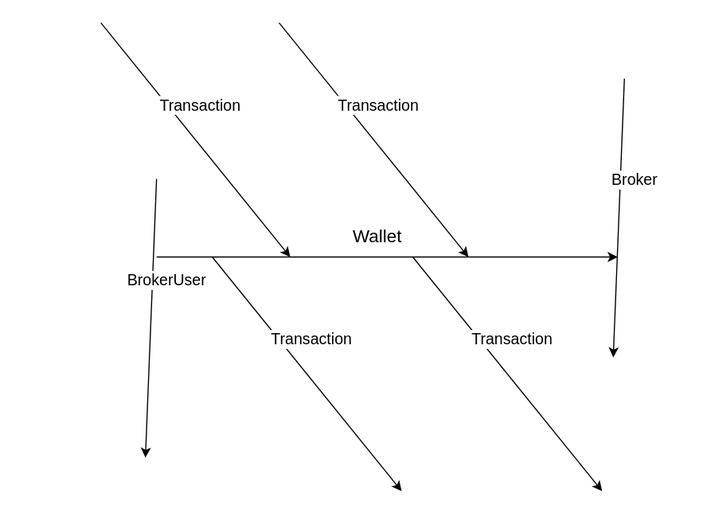
This is src/wallet/Wallet.drawio.svg from suenot/deep-profitmaker, a draw.io export, as it was before one commit. Source tidied: cells renumbered, new cells last; positions are measured from the earlier drawing's top-left corner, leaving out a move shared by most shapes.
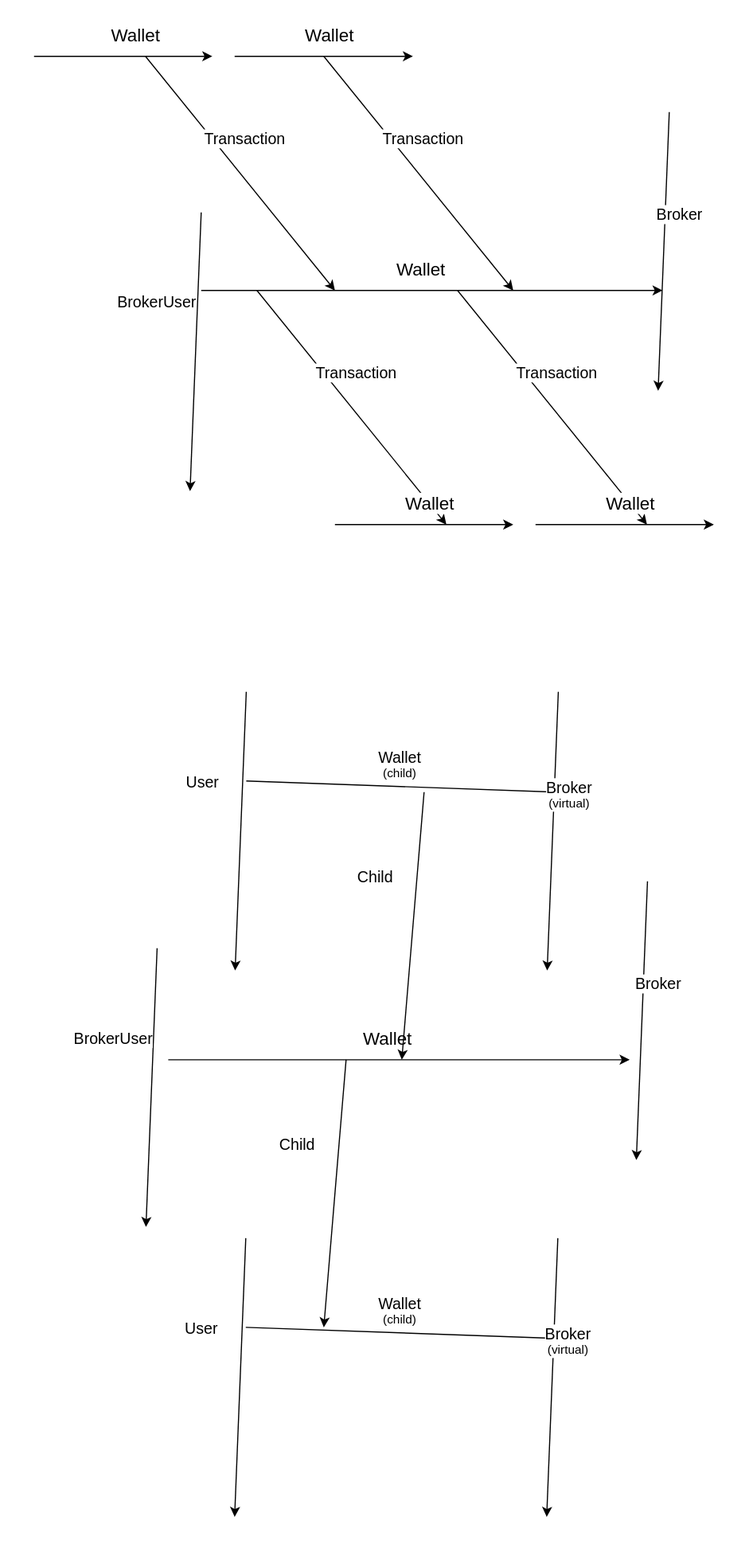
After the change.

Commit message:
child wallet

What changed in the source:
```diff
@@ -3,12 +3,12 @@
     <mxCell id="0" />
     <mxCell id="1" parent="0" />
     <mxCell id="2" style="whiteSpace=wrap;html=1;fontSize=14;strokeColor=none;" parent="1" vertex="1">
-      <mxGeometry width="630" height="460" as="geometry" />
+      <mxGeometry width="671" height="1390" as="geometry" />
     </mxCell>
     <mxCell id="3" style="edgeStyle=none;html=1;exitX=1;exitY=0.5;exitDx=0;exitDy=0;strokeColor=#000000;" parent="1" edge="1">
       <mxGeometry relative="1" as="geometry">
-        <mxPoint x="140" y="230" as="sourcePoint" />
-        <mxPoint x="554" y="230" as="targetPoint" />
+        <mxPoint x="180" y="260" as="sourcePoint" />
+        <mxPoint x="594" y="260" as="targetPoint" />
       </mxGeometry>
     </mxCell>
     <mxCell id="4" value="&lt;font&gt;&lt;span style=&quot;font-size: 16px&quot;&gt;Wallet&lt;/span&gt;&lt;br&gt;&lt;/font&gt;" style="edgeLabel;html=1;align=center;verticalAlign=middle;fontSize=11;" parent="3" vertex="1">
@@ -18,8 +18,8 @@
     </mxCell>
     <mxCell id="5" style="edgeStyle=none;html=1;strokeColor=#000000;" parent="1" edge="1">
       <mxGeometry relative="1" as="geometry">
-        <mxPoint x="90" y="20" as="sourcePoint" />
-        <mxPoint x="260" y="230" as="targetPoint" />
+        <mxPoint x="130" y="50" as="sourcePoint" />
+        <mxPoint x="300" y="260" as="targetPoint" />
       </mxGeometry>
     </mxCell>
     <mxCell id="6" value="&lt;font&gt;&lt;font style=&quot;font-size: 14px&quot;&gt;Transaction&lt;/font&gt;&lt;br&gt;&lt;/font&gt;" style="edgeLabel;html=1;align=center;verticalAlign=middle;fontSize=11;" parent="5" vertex="1">
@@ -29,8 +29,8 @@
     </mxCell>
     <mxCell id="7" style="edgeStyle=none;html=1;strokeColor=#000000;" parent="1" edge="1">
       <mxGeometry relative="1" as="geometry">
-        <mxPoint x="250" y="20" as="sourcePoint" />
-        <mxPoint x="420" y="230" as="targetPoint" />
+        <mxPoint x="290" y="50" as="sourcePoint" />
+        <mxPoint x="460" y="260" as="targetPoint" />
       </mxGeometry>
     </mxCell>
     <mxCell id="8" value="&lt;font&gt;&lt;font style=&quot;font-size: 14px&quot;&gt;Transaction&lt;/font&gt;&lt;br&gt;&lt;/font&gt;" style="edgeLabel;html=1;align=center;verticalAlign=middle;fontSize=11;" parent="7" vertex="1">
@@ -40,8 +40,8 @@
     </mxCell>
     <mxCell id="9" style="edgeStyle=none;html=1;strokeColor=#000000;" parent="1" edge="1">
       <mxGeometry relative="1" as="geometry">
-        <mxPoint x="190" y="230" as="sourcePoint" />
-        <mxPoint x="360" y="440" as="targetPoint" />
+        <mxPoint x="230" y="260" as="sourcePoint" />
+        <mxPoint x="400" y="470" as="targetPoint" />
       </mxGeometry>
     </mxCell>
     <mxCell id="10" value="&lt;font&gt;&lt;font style=&quot;font-size: 14px&quot;&gt;Transaction&lt;/font&gt;&lt;br&gt;&lt;/font&gt;" style="edgeLabel;html=1;align=center;verticalAlign=middle;fontSize=11;" parent="9" vertex="1">
@@ -51,8 +51,8 @@
     </mxCell>
     <mxCell id="11" style="edgeStyle=none;html=1;strokeColor=#000000;" parent="1" edge="1">
       <mxGeometry relative="1" as="geometry">
-        <mxPoint x="370" y="230" as="sourcePoint" />
-        <mxPoint x="540" y="440" as="targetPoint" />
+        <mxPoint x="410" y="260" as="sourcePoint" />
+        <mxPoint x="580" y="470" as="targetPoint" />
       </mxGeometry>
     </mxCell>
     <mxCell id="12" value="&lt;font&gt;&lt;font style=&quot;font-size: 14px&quot;&gt;Transaction&lt;/font&gt;&lt;br&gt;&lt;/font&gt;" style="edgeLabel;html=1;align=center;verticalAlign=middle;fontSize=11;" parent="11" vertex="1">
@@ -62,19 +62,19 @@
     </mxCell>
     <mxCell id="13" style="edgeStyle=none;html=1;strokeColor=#000000;" parent="1" edge="1">
       <mxGeometry relative="1" as="geometry">
-        <mxPoint x="140" y="160" as="sourcePoint" />
-        <mxPoint x="130" y="410" as="targetPoint" />
+        <mxPoint x="180" y="190" as="sourcePoint" />
+        <mxPoint x="170" y="440" as="targetPoint" />
       </mxGeometry>
     </mxCell>
     <mxCell id="14" value="&lt;font&gt;&lt;span style=&quot;font-size: 14px&quot;&gt;BrokerUser&lt;/span&gt;&lt;br&gt;&lt;/font&gt;" style="edgeLabel;html=1;align=center;verticalAlign=middle;fontSize=11;" parent="13" vertex="1">
       <mxGeometry x="-0.11" relative="1" as="geometry">
-        <mxPoint x="13" y="-20" as="offset" />
+        <mxPoint x="-36" y="-31" as="offset" />
       </mxGeometry>
     </mxCell>
     <mxCell id="15" style="edgeStyle=none;html=1;strokeColor=#000000;" parent="1" edge="1">
       <mxGeometry relative="1" as="geometry">
-        <mxPoint x="560" y="70" as="sourcePoint" />
-        <mxPoint x="550" y="320" as="targetPoint" />
+        <mxPoint x="600" y="100" as="sourcePoint" />
+        <mxPoint x="590" y="350" as="targetPoint" />
       </mxGeometry>
     </mxCell>
     <mxCell id="16" value="&lt;font&gt;&lt;span style=&quot;font-size: 14px&quot;&gt;Broker&lt;/span&gt;&lt;br&gt;&lt;/font&gt;" style="edgeLabel;html=1;align=center;verticalAlign=middle;fontSize=11;" parent="15" vertex="1">
@@ -82,5 +82,168 @@
         <mxPoint x="13" y="-20" as="offset" />
       </mxGeometry>
     </mxCell>
+    <mxCell id="17" style="edgeStyle=none;html=1;exitX=1;exitY=0.5;exitDx=0;exitDy=0;strokeColor=#000000;" parent="1" edge="1">
+      <mxGeometry relative="1" as="geometry">
+        <mxPoint x="150.4" y="950" as="sourcePoint" />
+        <mxPoint x="564.4" y="950" as="targetPoint" />
+      </mxGeometry>
+    </mxCell>
+    <mxCell id="18" value="&lt;font&gt;&lt;span style=&quot;font-size: 16px&quot;&gt;Wallet&lt;/span&gt;&lt;br&gt;&lt;/font&gt;" style="edgeLabel;html=1;align=center;verticalAlign=middle;fontSize=11;" parent="17" vertex="1">
+      <mxGeometry x="-0.11" relative="1" as="geometry">
+        <mxPoint x="13" y="-20" as="offset" />
+      </mxGeometry>
+    </mxCell>
+    <mxCell id="19" style="edgeStyle=none;html=1;strokeColor=#000000;" parent="1" edge="1">
+      <mxGeometry relative="1" as="geometry">
+        <mxPoint x="220.4" y="700" as="sourcePoint" />
+        <mxPoint x="500" y="710" as="targetPoint" />
+      </mxGeometry>
+    </mxCell>
+    <mxCell id="20" value="&lt;font&gt;&lt;font style=&quot;font-size: 14px&quot;&gt;Wallet&lt;br&gt;&lt;/font&gt;(child)&lt;br&gt;&lt;/font&gt;" style="edgeLabel;html=1;align=center;verticalAlign=middle;fontSize=11;" parent="19" vertex="1">
+      <mxGeometry x="-0.11" relative="1" as="geometry">
+        <mxPoint x="13" y="-20" as="offset" />
+      </mxGeometry>
+    </mxCell>
+    <mxCell id="21" style="edgeStyle=none;html=1;strokeColor=#000000;" parent="1" edge="1">
+      <mxGeometry relative="1" as="geometry">
+        <mxPoint x="140.4" y="850" as="sourcePoint" />
+        <mxPoint x="130.4" y="1100" as="targetPoint" />
+      </mxGeometry>
+    </mxCell>
+    <mxCell id="22" value="&lt;font&gt;&lt;span style=&quot;font-size: 14px&quot;&gt;BrokerUser&lt;/span&gt;&lt;br&gt;&lt;/font&gt;" style="edgeLabel;html=1;align=center;verticalAlign=middle;fontSize=11;" parent="21" vertex="1">
+      <mxGeometry x="-0.11" relative="1" as="geometry">
+        <mxPoint x="-36" y="-31" as="offset" />
+      </mxGeometry>
+    </mxCell>
+    <mxCell id="23" style="edgeStyle=none;html=1;strokeColor=#000000;" parent="1" edge="1">
+      <mxGeometry relative="1" as="geometry">
+        <mxPoint x="580.4" y="790" as="sourcePoint" />
+        <mxPoint x="570.4" y="1040" as="targetPoint" />
+      </mxGeometry>
+    </mxCell>
+    <mxCell id="24" value="&lt;font&gt;&lt;span style=&quot;font-size: 14px&quot;&gt;Broker&lt;/span&gt;&lt;br&gt;&lt;/font&gt;" style="edgeLabel;html=1;align=center;verticalAlign=middle;fontSize=11;" parent="23" vertex="1">
+      <mxGeometry x="-0.11" relative="1" as="geometry">
+        <mxPoint x="13" y="-20" as="offset" />
+      </mxGeometry>
+    </mxCell>
+    <mxCell id="25" style="edgeStyle=none;html=1;strokeColor=#000000;" parent="1" edge="1">
+      <mxGeometry relative="1" as="geometry">
+        <mxPoint x="210" y="50" as="sourcePoint" />
+        <mxPoint x="370" y="50" as="targetPoint" />
+      </mxGeometry>
+    </mxCell>
+    <mxCell id="26" value="&lt;font&gt;&lt;span style=&quot;font-size: 16px&quot;&gt;Wallet&lt;/span&gt;&lt;br&gt;&lt;/font&gt;" style="edgeLabel;html=1;align=center;verticalAlign=middle;fontSize=11;" parent="25" vertex="1">
+      <mxGeometry x="-0.11" relative="1" as="geometry">
+        <mxPoint x="13" y="-20" as="offset" />
+      </mxGeometry>
+    </mxCell>
+    <mxCell id="27" style="edgeStyle=none;html=1;strokeColor=#000000;" parent="1" edge="1">
+      <mxGeometry relative="1" as="geometry">
+        <mxPoint x="480" y="470" as="sourcePoint" />
+        <mxPoint x="640" y="470" as="targetPoint" />
+      </mxGeometry>
+    </mxCell>
+    <mxCell id="28" value="&lt;font&gt;&lt;span style=&quot;font-size: 16px&quot;&gt;Wallet&lt;/span&gt;&lt;br&gt;&lt;/font&gt;" style="edgeLabel;html=1;align=center;verticalAlign=middle;fontSize=11;" parent="27" vertex="1">
+      <mxGeometry x="-0.11" relative="1" as="geometry">
+        <mxPoint x="13" y="-20" as="offset" />
+      </mxGeometry>
+    </mxCell>
+    <mxCell id="29" value="&lt;font&gt;&lt;span style=&quot;font-size: 16px&quot;&gt;Wallet&lt;/span&gt;&lt;br&gt;&lt;/font&gt;" style="edgeLabel;html=1;align=center;verticalAlign=middle;fontSize=11;" parent="1" vertex="1">
+      <mxGeometry x="120" y="30" as="geometry" />
+    </mxCell>
+    <mxCell id="30" style="edgeStyle=none;html=1;strokeColor=#000000;" parent="1" edge="1">
+      <mxGeometry relative="1" as="geometry">
+        <mxPoint x="30" y="50" as="sourcePoint" />
+        <mxPoint x="190" y="50" as="targetPoint" />
+      </mxGeometry>
+    </mxCell>
+    <mxCell id="31" style="edgeStyle=none;html=1;strokeColor=#000000;" parent="1" edge="1">
+      <mxGeometry relative="1" as="geometry">
+        <mxPoint x="300" y="470" as="sourcePoint" />
+        <mxPoint x="460" y="470" as="targetPoint" />
+      </mxGeometry>
+    </mxCell>
+    <mxCell id="32" value="&lt;font&gt;&lt;span style=&quot;font-size: 16px&quot;&gt;Wallet&lt;/span&gt;&lt;br&gt;&lt;/font&gt;" style="edgeLabel;html=1;align=center;verticalAlign=middle;fontSize=11;" parent="31" vertex="1">
+      <mxGeometry x="-0.11" relative="1" as="geometry">
+        <mxPoint x="13" y="-20" as="offset" />
+      </mxGeometry>
+    </mxCell>
+    <mxCell id="33" style="edgeStyle=none;html=1;strokeColor=#000000;" parent="1" edge="1">
+      <mxGeometry relative="1" as="geometry">
+        <mxPoint x="220.4" y="620" as="sourcePoint" />
+        <mxPoint x="210.4" y="870" as="targetPoint" />
+      </mxGeometry>
+    </mxCell>
+    <mxCell id="34" value="&lt;font&gt;&lt;span style=&quot;font-size: 14px&quot;&gt;User&lt;/span&gt;&lt;br&gt;&lt;/font&gt;" style="edgeLabel;html=1;align=center;verticalAlign=middle;fontSize=11;" parent="33" vertex="1">
+      <mxGeometry x="-0.11" relative="1" as="geometry">
+        <mxPoint x="-36" y="-31" as="offset" />
+      </mxGeometry>
+    </mxCell>
+    <mxCell id="35" style="edgeStyle=none;html=1;strokeColor=#000000;" parent="1" edge="1">
+      <mxGeometry relative="1" as="geometry">
+        <mxPoint x="500.4" y="620" as="sourcePoint" />
+        <mxPoint x="490.4" y="870" as="targetPoint" />
+      </mxGeometry>
+    </mxCell>
+    <mxCell id="36" value="&lt;font&gt;&lt;span style=&quot;font-size: 14px&quot;&gt;Broker&lt;br&gt;&lt;/span&gt;(virtual)&lt;br&gt;&lt;/font&gt;" style="edgeLabel;html=1;align=center;verticalAlign=middle;fontSize=11;" parent="35" vertex="1">
+      <mxGeometry x="-0.11" relative="1" as="geometry">
+        <mxPoint x="13" y="-20" as="offset" />
+      </mxGeometry>
+    </mxCell>
+    <mxCell id="37" style="edgeStyle=none;html=1;strokeColor=#000000;" parent="1" edge="1">
+      <mxGeometry relative="1" as="geometry">
+        <mxPoint x="220" y="1190" as="sourcePoint" />
+        <mxPoint x="499.6" y="1200" as="targetPoint" />
+      </mxGeometry>
+    </mxCell>
+    <mxCell id="38" value="&lt;font&gt;&lt;font style=&quot;font-size: 14px&quot;&gt;Wallet&lt;br&gt;&lt;/font&gt;(child)&lt;br&gt;&lt;/font&gt;" style="edgeLabel;html=1;align=center;verticalAlign=middle;fontSize=11;" parent="37" vertex="1">
+      <mxGeometry x="-0.11" relative="1" as="geometry">
+        <mxPoint x="13" y="-20" as="offset" />
+      </mxGeometry>
+    </mxCell>
+    <mxCell id="39" style="edgeStyle=none;html=1;strokeColor=#000000;" parent="1" edge="1">
+      <mxGeometry relative="1" as="geometry">
+        <mxPoint x="220" y="1110" as="sourcePoint" />
+        <mxPoint x="210" y="1360" as="targetPoint" />
+      </mxGeometry>
+    </mxCell>
+    <mxCell id="40" value="&lt;font&gt;&lt;span style=&quot;font-size: 14px&quot;&gt;User&lt;/span&gt;&lt;br&gt;&lt;/font&gt;" style="edgeLabel;html=1;align=center;verticalAlign=middle;fontSize=11;" parent="39" vertex="1">
+      <mxGeometry x="-0.11" relative="1" as="geometry">
+        <mxPoint x="-36" y="-31" as="offset" />
+      </mxGeometry>
+    </mxCell>
+    <mxCell id="41" style="edgeStyle=none;html=1;strokeColor=#000000;" parent="1" edge="1">
+      <mxGeometry relative="1" as="geometry">
+        <mxPoint x="500" y="1110" as="sourcePoint" />
+        <mxPoint x="490" y="1360" as="targetPoint" />
+      </mxGeometry>
+    </mxCell>
+    <mxCell id="42" value="&lt;font&gt;&lt;span style=&quot;font-size: 14px&quot;&gt;Broker&lt;br&gt;&lt;/span&gt;(virtual)&lt;br&gt;&lt;/font&gt;" style="edgeLabel;html=1;align=center;verticalAlign=middle;fontSize=11;" parent="41" vertex="1">
+      <mxGeometry x="-0.11" relative="1" as="geometry">
+        <mxPoint x="13" y="-20" as="offset" />
+      </mxGeometry>
+    </mxCell>
+    <mxCell id="43" style="edgeStyle=none;html=1;strokeColor=#000000;" parent="1" edge="1">
+      <mxGeometry relative="1" as="geometry">
+        <mxPoint x="310" y="950" as="sourcePoint" />
+        <mxPoint x="290" y="1190" as="targetPoint" />
+      </mxGeometry>
+    </mxCell>
+    <mxCell id="44" value="&lt;font&gt;&lt;span style=&quot;font-size: 14px&quot;&gt;Child&lt;/span&gt;&lt;br&gt;&lt;/font&gt;" style="edgeLabel;html=1;align=center;verticalAlign=middle;fontSize=11;" parent="43" vertex="1">
+      <mxGeometry x="-0.11" relative="1" as="geometry">
+        <mxPoint x="-36" y="-31" as="offset" />
+      </mxGeometry>
+    </mxCell>
+    <mxCell id="45" style="edgeStyle=none;html=1;strokeColor=#000000;" parent="1" edge="1">
+      <mxGeometry relative="1" as="geometry">
+        <mxPoint x="380" y="710" as="sourcePoint" />
+        <mxPoint x="360" y="950" as="targetPoint" />
+      </mxGeometry>
+    </mxCell>
+    <mxCell id="46" value="&lt;font&gt;&lt;span style=&quot;font-size: 14px&quot;&gt;Child&lt;/span&gt;&lt;br&gt;&lt;/font&gt;" style="edgeLabel;html=1;align=center;verticalAlign=middle;fontSize=11;" parent="45" vertex="1">
+      <mxGeometry x="-0.11" relative="1" as="geometry">
+        <mxPoint x="-36" y="-31" as="offset" />
+      </mxGeometry>
+    </mxCell>
   </root>
 </mxGraphModel>
```
